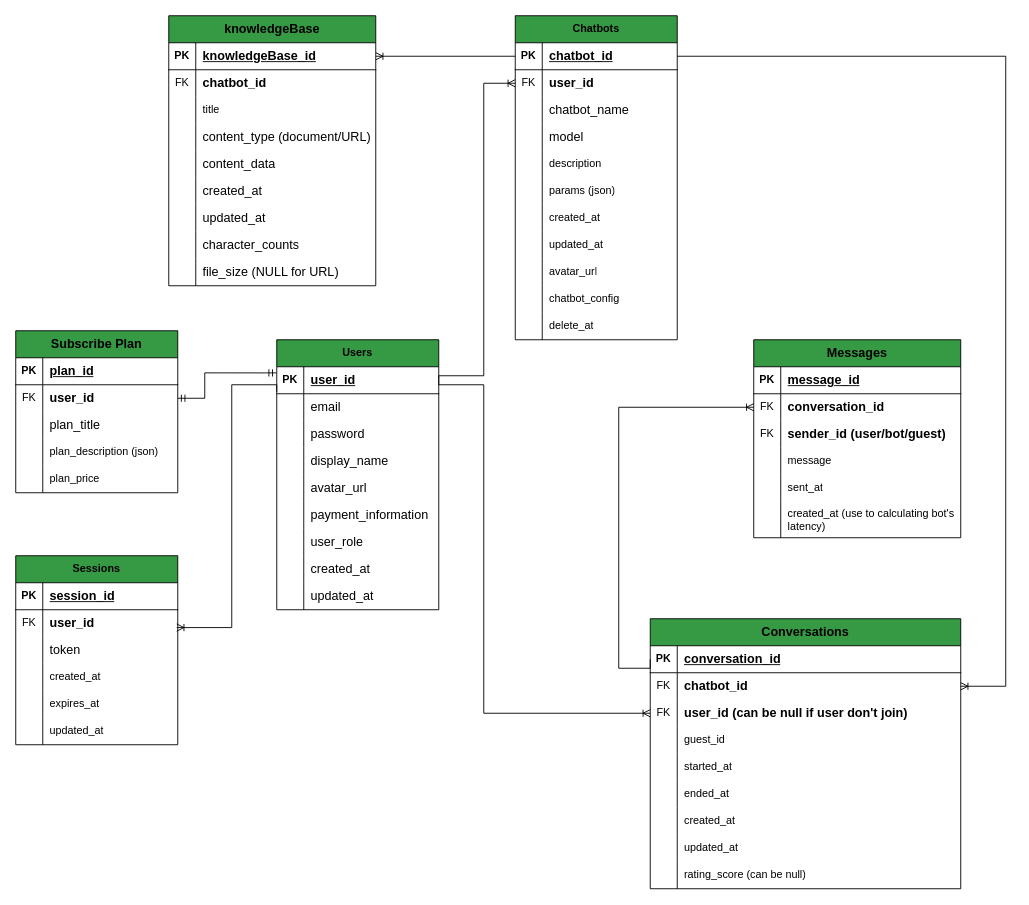
The draw.io diagram page "Page-3" (3 of 5) of docs/database_diagrams/Ally_Database.drawio in DNAnh01/learn-fast-api, before the edit. Source tidied: cells renumbered, new cells numbered last; positions are measured from the earlier drawing's top-left corner, leaving out a move shared by most shapes. Both pictures are drawn from the tidied source at 90%, with x=0, y=0 at pixel (15, 15).
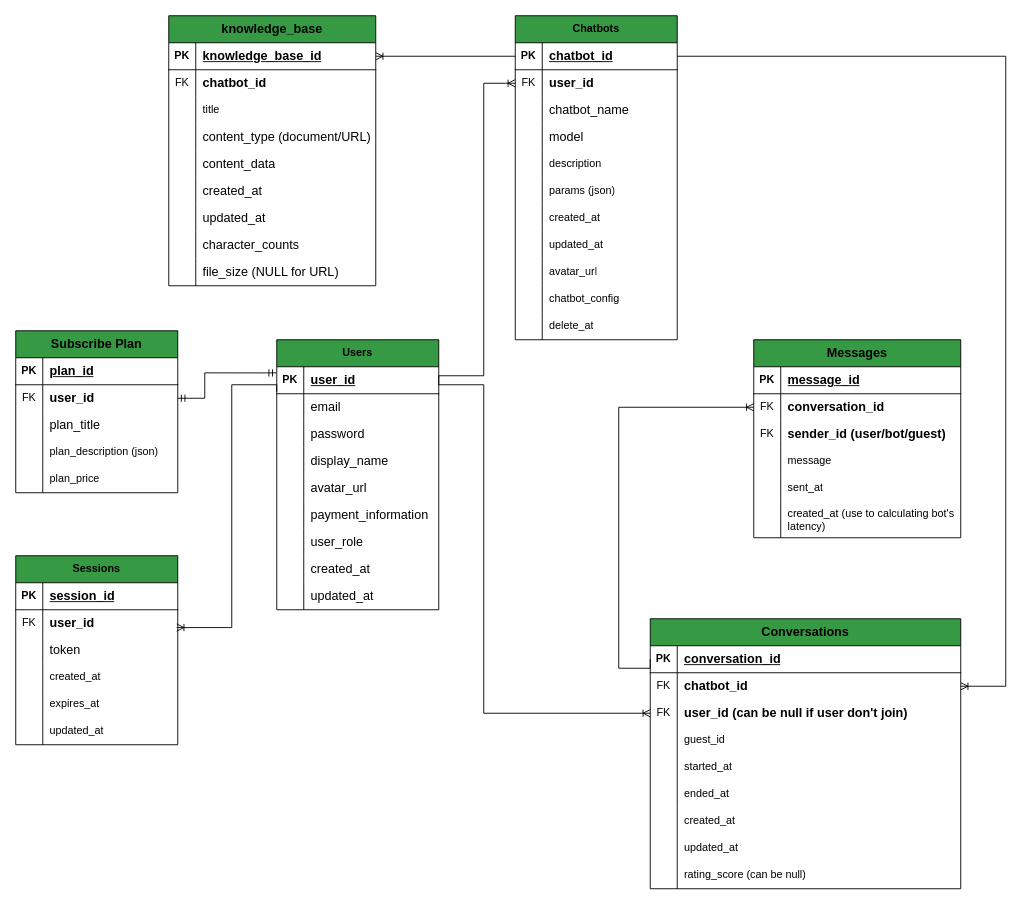
After the change.

The change refers to these unchanged cells:
```xml
<mxCell id="131" style="shape=tableRow;horizontal=0;startSize=0;swimlaneHead=0;swimlaneBody=0;fillColor=none;points=[[0,0.5],[1,0.5]];portConstraint=eastwest;top=0;left=0;right=0;bottom=1;fontColor=default;align=center;whiteSpace=wrap;html=1;labelBackgroundColor=none;fontFamily=Helvetica;" parent="130" vertex="1">
  <mxGeometry y="30" width="230" height="30" as="geometry" />
</mxCell>
```

The edit, as a diff of the source:
```diff
@@
-    <mxCell id="130" value="&lt;div style=&quot;font-size: 14px; line-height: 19px; white-space-collapse: preserve;&quot;&gt;&lt;div style=&quot;line-height: 19px;&quot;&gt;&lt;div style=&quot;line-height: 19px;&quot;&gt;&lt;div style=&quot;line-height: 19px;&quot;&gt;knowledgeBase&lt;/div&gt;&lt;/div&gt;&lt;/div&gt;&lt;/div&gt;" style="shape=table;startSize=30;childLayout=tableLayout;rowLines=0;fontStyle=1;align=center;html=1;fillColor=#369943;fontColor=default;whiteSpace=wrap;labelBackgroundColor=none;fontFamily=Helvetica;" parent="1" vertex="1">
+    <mxCell id="130" value="&lt;div style=&quot;font-size: 14px; line-height: 19px; white-space-collapse: preserve;&quot;&gt;&lt;div style=&quot;line-height: 19px;&quot;&gt;&lt;div style=&quot;line-height: 19px;&quot;&gt;&lt;div style=&quot;line-height: 19px;&quot;&gt;knowledge_base&lt;/div&gt;&lt;/div&gt;&lt;/div&gt;&lt;/div&gt;" style="shape=table;startSize=30;childLayout=tableLayout;rowLines=0;fontStyle=1;align=center;html=1;fillColor=#369943;fontColor=default;whiteSpace=wrap;labelBackgroundColor=none;fontFamily=Helvetica;" parent="1" vertex="1">
       <mxGeometry x="170" width="230" height="300" as="geometry" />
     </mxCell>
@@
-    <mxCell id="133" value="&lt;div style=&quot;font-size: 14px; line-height: 19px; white-space: pre;&quot;&gt;&lt;div style=&quot;line-height: 19px;&quot;&gt;&lt;div style=&quot;line-height: 19px;&quot;&gt;&lt;div style=&quot;line-height: 19px;&quot;&gt;&lt;span style=&quot;&quot;&gt;knowledgeBase_id&lt;/span&gt;&lt;/div&gt;&lt;/div&gt;&lt;/div&gt;&lt;/div&gt;" style="shape=partialRectangle;fillColor=none;top=0;left=0;bottom=0;right=0;align=left;spacingLeft=6;fontStyle=5;overflow=hidden;whiteSpace=wrap;html=1;fontColor=default;labelBackgroundColor=none;fontFamily=Helvetica;" parent="131" vertex="1">
+    <mxCell id="133" value="&lt;div style=&quot;font-size: 14px; line-height: 19px; white-space: pre;&quot;&gt;&lt;div style=&quot;line-height: 19px;&quot;&gt;&lt;div style=&quot;line-height: 19px;&quot;&gt;&lt;div style=&quot;line-height: 19px;&quot;&gt;&lt;span style=&quot;&quot;&gt;knowledge_base_id&lt;/span&gt;&lt;/div&gt;&lt;/div&gt;&lt;/div&gt;&lt;/div&gt;" style="shape=partialRectangle;fillColor=none;top=0;left=0;bottom=0;right=0;align=left;spacingLeft=6;fontStyle=5;overflow=hidden;whiteSpace=wrap;html=1;fontColor=default;labelBackgroundColor=none;fontFamily=Helvetica;" parent="131" vertex="1">
       <mxGeometry x="30" width="200" height="30" as="geometry" />
     </mxCell>
```
